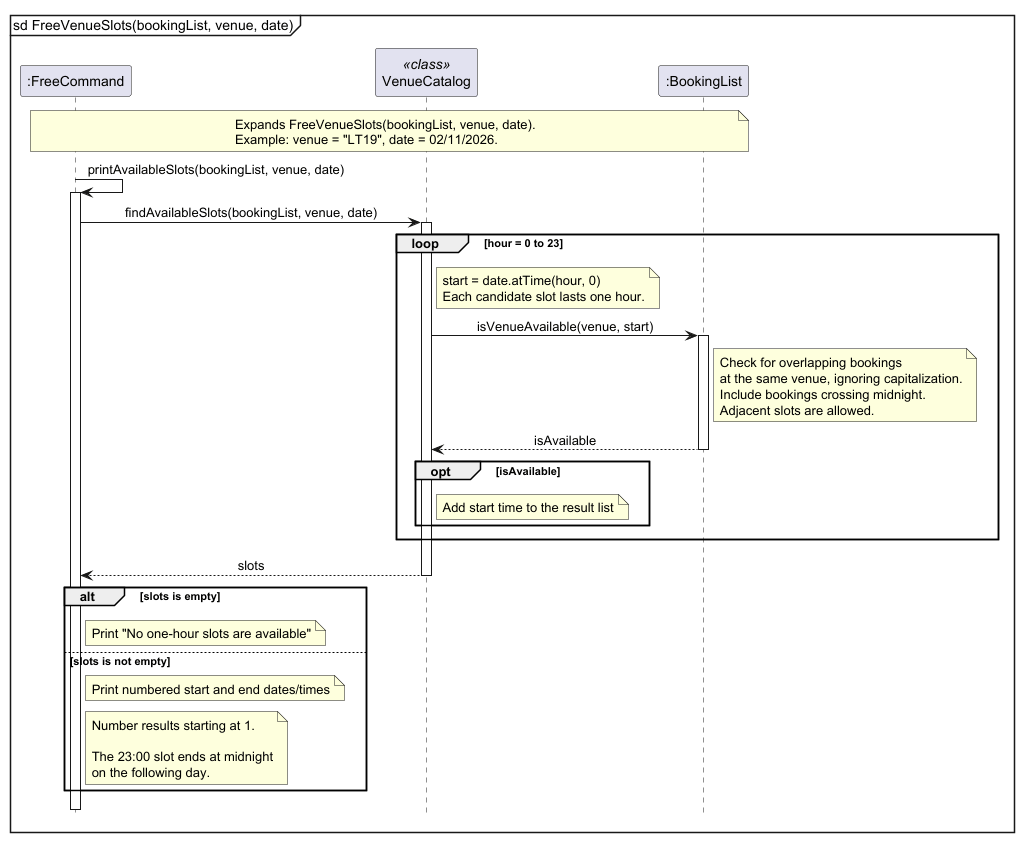
The PlantUML diagram docs/UMLDiagrams/FreeVenueSlotsSequenceDiagram.png in AY2627S1-CS2113-W14-2/tp, before a commit.
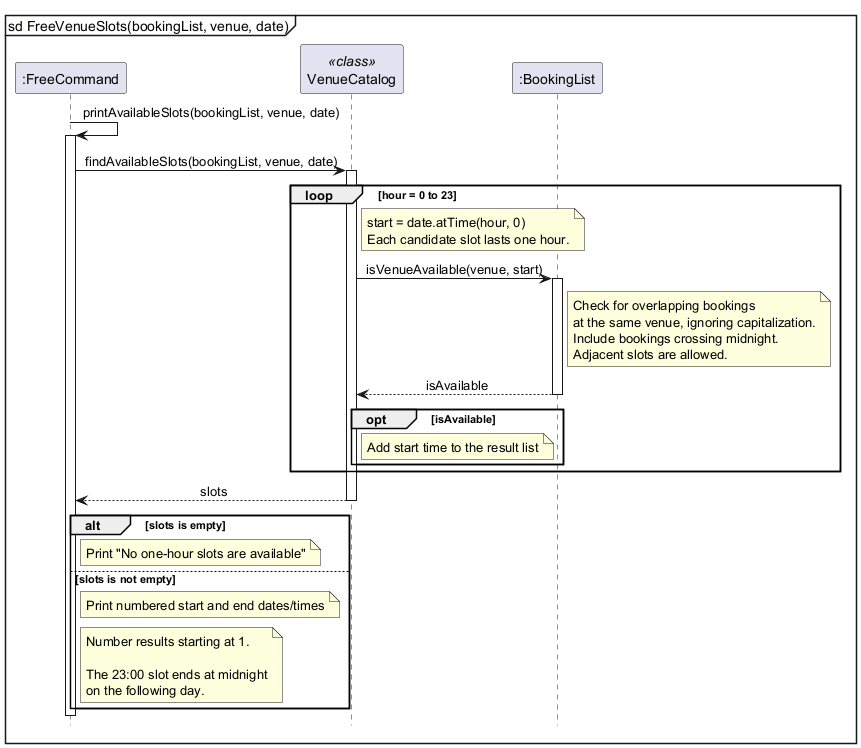
After the change.

Diff of the diagram source:
```diff
@@ -7,11 +7,6 @@
 participant ":FreeCommand" as Free
 participant "VenueCatalog" as Catalog <<class>>
 participant ":BookingList" as Bookings
-
-note over Free, Bookings
-Expands FreeVenueSlots(bookingList, venue, date).
-Example: venue = "LT19", date = 02/11/2026.
-end note
 
 Free -> Free: printAvailableSlots(bookingList, venue, date)
 activate Free
```
